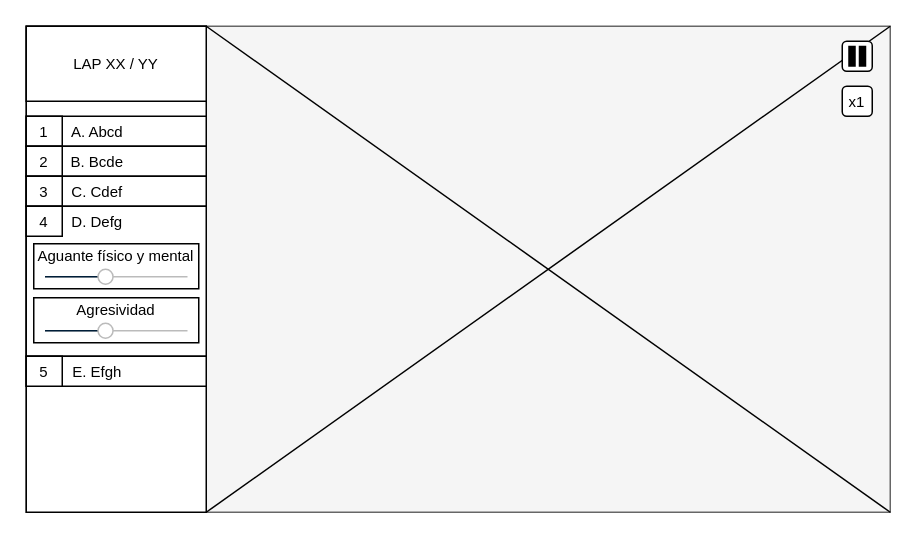
This is page "UI-During-Race" (3 of 6) of diagramas/grafo-sistema.drawio from amt911/TFG-Documento, a draw.io file, before an edit. Source tidied: cells renumbered, new cells numbered last; positions are measured from the earlier drawing's top-left corner, leaving out a move shared by most shapes. Both pictures are drawn from the tidied source at 150%, with x=0, y=0 at pixel (26, 26).
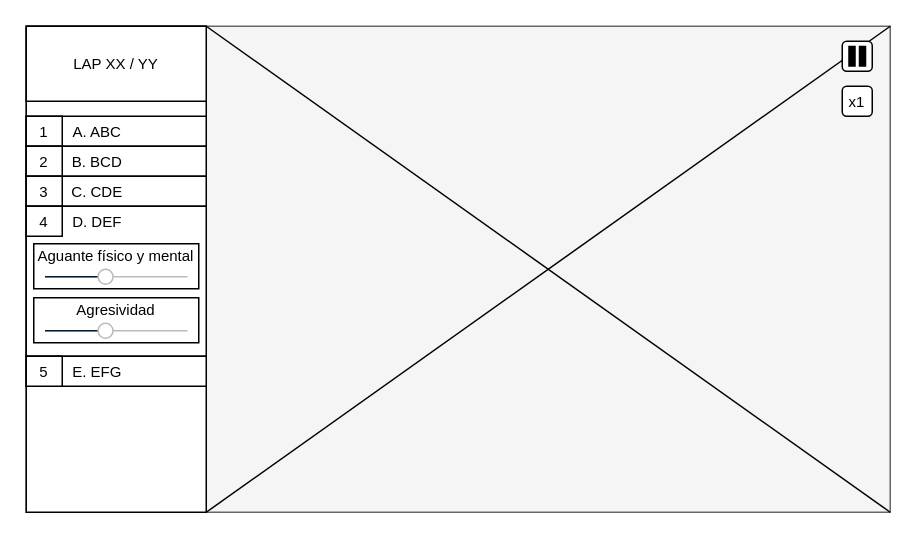
The same page after the edit.

Unchanged cells that the change refers to:
```xml
<mxCell id="18" style="html=1;verticalLabelPosition=bottom;labelBackgroundColor=#ffffff;verticalAlign=top;shadow=0;dashed=0;strokeWidth=1;shape=mxgraph.ios7ui.slider;barPos=42.48;strokeColor=#001E38;strokeColor2=#a0a0a0;fillColor=default;" parent="1" vertex="1">
  <mxGeometry x="12.5" y="195.5" width="95" height="15" as="geometry" />
</mxCell>
```

Diff of the diagram source:
```diff
@@
-    <mxCell id="5" value="A. Abcd" style="rounded=0;whiteSpace=wrap;html=1;fontSize=10;spacingLeft=-25;" parent="1" vertex="1">
+    <mxCell id="5" value="A. ABC" style="rounded=0;whiteSpace=wrap;html=1;fontSize=10;spacingLeft=-25;" parent="1" vertex="1">
       <mxGeometry y="60" width="120" height="20" as="geometry" />
     </mxCell>
@@
-    <mxCell id="7" value="B. Bcde" style="rounded=0;whiteSpace=wrap;html=1;fontSize=10;spacingLeft=-25;" parent="1" vertex="1">
+    <mxCell id="7" value="B. BCD" style="rounded=0;whiteSpace=wrap;html=1;fontSize=10;spacingLeft=-25;" parent="1" vertex="1">
       <mxGeometry y="80" width="120" height="20" as="geometry" />
     </mxCell>
@@
+    <mxCell id="24" style="edgeStyle=orthogonalEdgeStyle;rounded=0;jettySize=auto;html=1;" parent="1" edge="1" source="9" target="18">
+      <mxGeometry relative="1" as="geometry" />
+    </mxCell>
-    <mxCell id="9" value="C. Cdef" style="rounded=0;whiteSpace=wrap;html=1;fontSize=10;spacingLeft=-25;" parent="1" vertex="1">
+    <mxCell id="9" value="C. CDE" style="rounded=0;whiteSpace=wrap;html=1;fontSize=10;spacingLeft=-25;" parent="1" vertex="1">
       <mxGeometry y="100" width="120" height="20" as="geometry" />
     </mxCell>
@@
-    <mxCell id="11" value="D. Defg" style="rounded=0;whiteSpace=wrap;html=1;fontSize=10;spacingLeft=-25;verticalAlign=top;spacingTop=-2;" parent="1" vertex="1">
+    <mxCell id="11" value="D. DEF" style="rounded=0;whiteSpace=wrap;html=1;fontSize=10;spacingLeft=-25;verticalAlign=top;spacingTop=-2;" parent="1" vertex="1">
       <mxGeometry y="120" width="120" height="100" as="geometry" />
     </mxCell>
@@
-    <mxCell id="13" value="E. Efgh" style="rounded=0;whiteSpace=wrap;html=1;fontSize=10;spacingLeft=-25;" parent="1" vertex="1">
+    <mxCell id="13" value="E. EFG" style="rounded=0;whiteSpace=wrap;html=1;fontSize=10;spacingLeft=-25;" parent="1" vertex="1">
       <mxGeometry y="220" width="120" height="20" as="geometry" />
     </mxCell>
```
